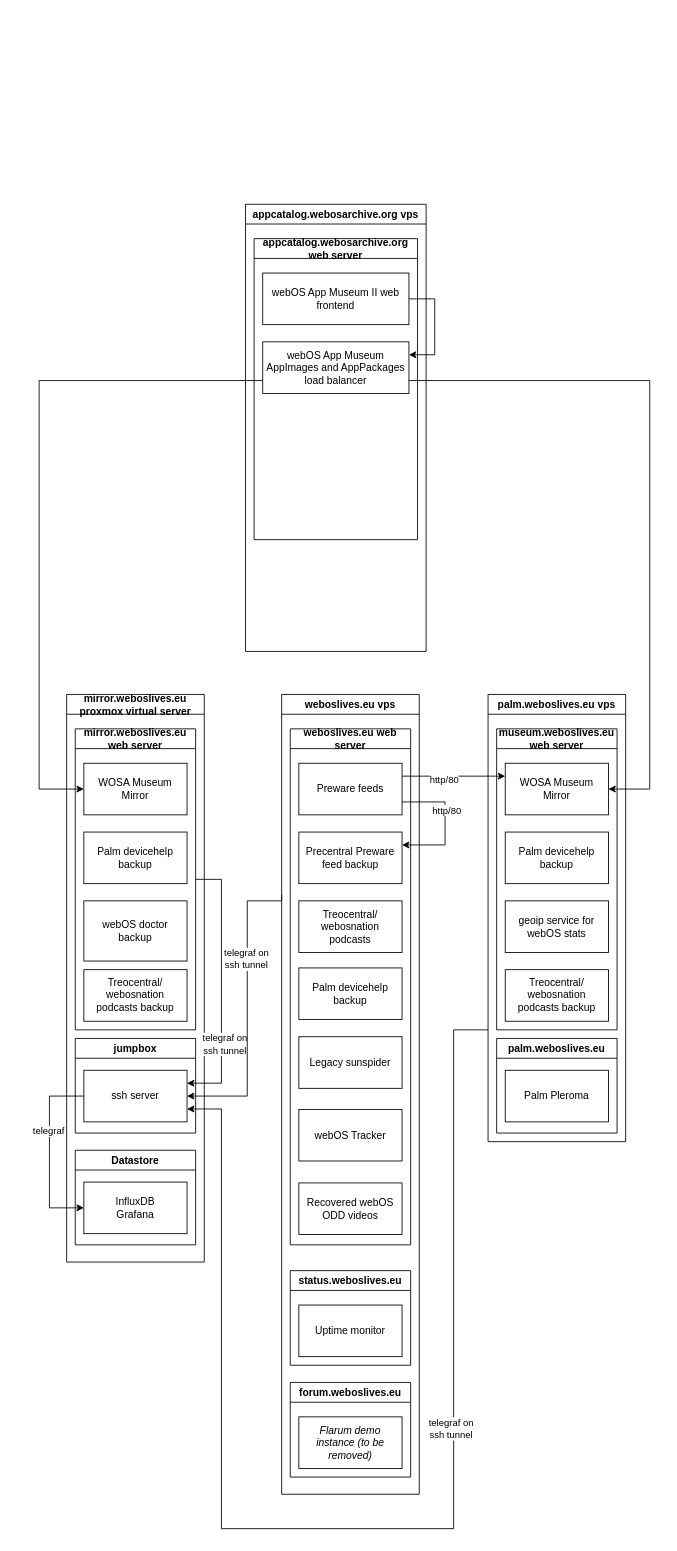
Before: Legacy webOS Services.drawio in h8pewou/legacy_webos, a draw.io diagram. Source tidied: cells renumbered, new cells numbered last; positions are measured from the earlier drawing's top-left corner, leaving out a move shared by most shapes. Both pictures are drawn from the tidied source at 86%, with x=0, y=0 at pixel (39, 204).
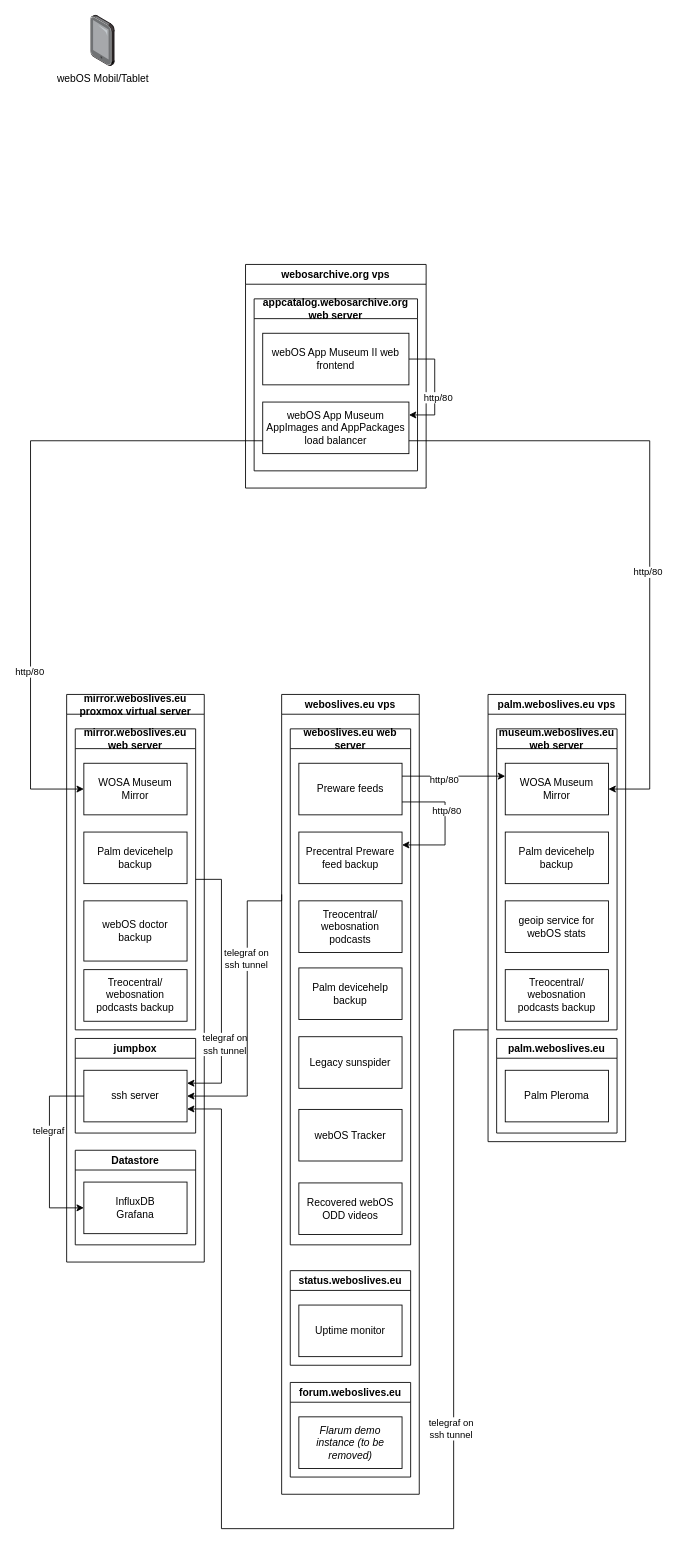
Above is the later version.

The change refers to these unchanged cells:
```xml
<mxCell id="23" value="WOSA Museum Mirror" style="rounded=0;whiteSpace=wrap;html=1;" parent="22" vertex="1">
  <mxGeometry x="10" y="40" width="120" height="60" as="geometry" />
</mxCell>
<mxCell id="33" value="WOSA Museum Mirror" style="rounded=0;whiteSpace=wrap;html=1;" parent="32" vertex="1">
  <mxGeometry x="10" y="40" width="120" height="60" as="geometry" />
</mxCell>
<mxCell id="47" style="edgeStyle=orthogonalEdgeStyle;rounded=0;jettySize=auto;html=1;exitX=1;exitY=0.5;exitDx=0;exitDy=0;entryX=1;entryY=0.25;entryDx=0;entryDy=0;" parent="46" edge="1" source="48" target="49">
  <mxGeometry relative="1" as="geometry">
    <Array as="points">
      <mxPoint x="210" y="70" />
      <mxPoint x="210" y="135" />
    </Array>
  </mxGeometry>
</mxCell>
<mxCell id="49" value="webOS App Museum AppImages and AppPackages load balancer" style="rounded=0;whiteSpace=wrap;html=1;" parent="46" vertex="1">
  <mxGeometry x="10" y="120" width="170" height="60" as="geometry" />
</mxCell>
```

What changed in the source:
```diff
@@
-    <mxCell id="45" value="appcatalog.webosarchive.org vps" style="swimlane;whiteSpace=wrap;html=1;" parent="1" vertex="1">
-      <mxGeometry x="240" width="210" height="520" as="geometry" />
+    <mxCell id="45" value="webosarchive.org vps" style="swimlane;whiteSpace=wrap;html=1;" parent="1" vertex="1">
+      <mxGeometry x="240" y="70" width="210" height="260" as="geometry" />
     </mxCell>
     <mxCell id="46" value="appcatalog.webosarchive.org web server" style="swimlane;whiteSpace=wrap;html=1;" parent="45" vertex="1">
-      <mxGeometry x="10" y="40" width="190" height="350" as="geometry" />
+      <mxGeometry x="10" y="40" width="190" height="200" as="geometry" />
     </mxCell>
@@
+    <mxCell id="52" value="http/80" style="edgeLabel;html=1;align=center;verticalAlign=middle;" parent="47" vertex="1">
+      <mxGeometry x="0.18" y="3" relative="1" as="geometry" />
+    </mxCell>
@@
     <mxCell id="50" style="edgeStyle=orthogonalEdgeStyle;rounded=0;jettySize=auto;html=1;exitX=1;exitY=0.75;exitDx=0;exitDy=0;entryX=1;entryY=0.5;entryDx=0;entryDy=0;" parent="1" edge="1" source="49" target="23">
       <mxGeometry relative="1" as="geometry">
         <Array as="points">
-          <mxPoint x="710" y="205" />
+          <mxPoint x="710" y="275" />
           <mxPoint x="710" y="680" />
         </Array>
       </mxGeometry>
     </mxCell>
+    <mxCell id="53" value="http/80" style="edgeLabel;html=1;align=center;verticalAlign=middle;" parent="50" vertex="1">
+      <mxGeometry x="0.18" y="-3" relative="1" as="geometry" />
+    </mxCell>
     <mxCell id="51" style="edgeStyle=orthogonalEdgeStyle;rounded=0;jettySize=auto;html=1;exitX=0;exitY=0.75;exitDx=0;exitDy=0;entryX=0;entryY=0.5;entryDx=0;entryDy=0;" parent="1" edge="1" source="49" target="33">
       <mxGeometry relative="1" as="geometry">
         <Array as="points">
-          <mxPoint y="205" />
-          <mxPoint y="680" />
+          <mxPoint x="-10" y="275" />
+          <mxPoint x="-10" y="680" />
         </Array>
       </mxGeometry>
     </mxCell>
+    <mxCell id="54" value="http/80" style="edgeLabel;html=1;align=center;verticalAlign=middle;" parent="51" vertex="1">
+      <mxGeometry x="0.46" y="-2" relative="1" as="geometry" />
+    </mxCell>
+    <mxCell id="55" value="webOS Mobil/Tablet" style="image;html=1;align=center;shadow=0;dashed=0;image=img/lib/allied_telesis/computer_and_terminals/Tablet.svg;" parent="1" vertex="1">
+      <mxGeometry x="60" y="-220" width="28.4" height="60" as="geometry" />
+    </mxCell>
```
